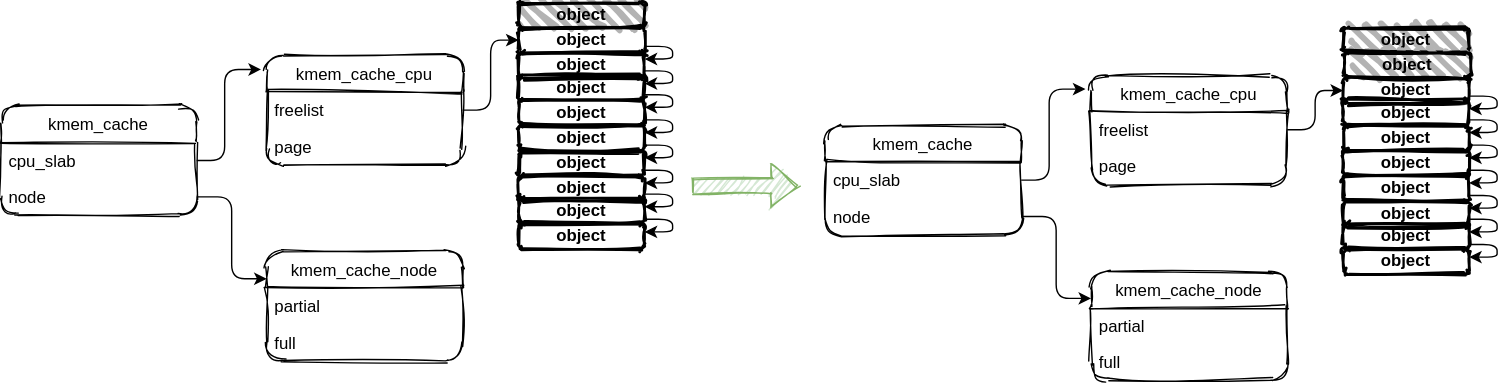
vernon2gh/note keeps this draw.io diagram as linux-2.x/slub/pic/alloc_cpu.svg. Above is the earlier version. Source tidied: cells renumbered, new cells last; positions are measured from the earlier drawing's top-left corner, leaving out a move shared by most shapes.
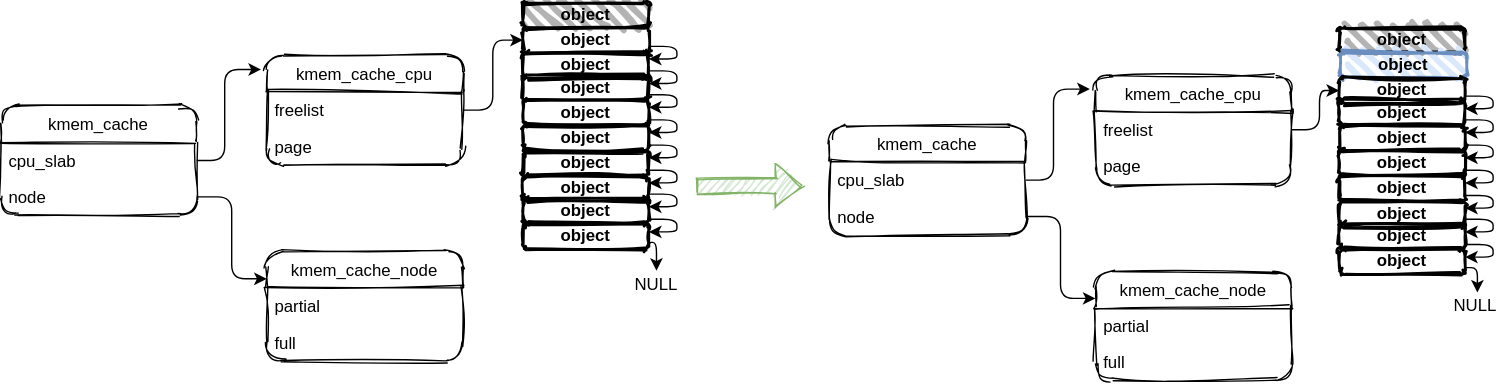
Above is the later version.

Commit message:
Fixed: slub alloc object

Diff of the diagram source:
```diff
@@ -5,3 +5,3 @@
     <mxCell id="2" value="kmem_cache" style="swimlane;fontStyle=0;horizontal=1;startSize=26;rounded=1;shadow=0;sketch=1;glass=0;" parent="1" vertex="1">
-      <mxGeometry x="589" y="88" width="140" height="78" as="geometry" />
+      <mxGeometry x="592" y="88" width="140" height="78" as="geometry" />
     </mxCell>
@@ -14,3 +14,3 @@
     <mxCell id="5" value="kmem_cache_cpu" style="swimlane;fontStyle=0;horizontal=1;startSize=26;rounded=1;shadow=0;sketch=1;glass=0;" parent="1" vertex="1">
-      <mxGeometry x="779" y="52" width="140" height="78" as="geometry" />
+      <mxGeometry x="782" y="52" width="140" height="78" as="geometry" />
     </mxCell>
@@ -23,3 +23,3 @@
     <mxCell id="8" value="kmem_cache_node" style="swimlane;fontStyle=0;horizontal=1;startSize=26;rounded=1;shadow=0;sketch=1;glass=0;" parent="1" vertex="1">
-      <mxGeometry x="779" y="192" width="140" height="78" as="geometry" />
+      <mxGeometry x="782" y="192" width="140" height="78" as="geometry" />
     </mxCell>
@@ -32,30 +32,33 @@
     <mxCell id="11" value="&lt;b&gt;object&lt;/b&gt;" style="rounded=1;whiteSpace=wrap;html=1;strokeWidth=2;fillWeight=4;hachureGap=8;hachureAngle=45;sketch=1;glass=0;shadow=0;fillColor=#B3B3B3;" parent="1" vertex="1">
-      <mxGeometry x="959" y="18" width="90" height="18" as="geometry" />
+      <mxGeometry x="956" y="18" width="90" height="18" as="geometry" />
     </mxCell>
-    <mxCell id="12" value="&lt;b&gt;object&lt;/b&gt;" style="rounded=1;whiteSpace=wrap;html=1;strokeWidth=2;fillWeight=4;hachureGap=8;hachureAngle=45;sketch=1;glass=0;shadow=0;fillStyle=auto;fillColor=#B3B3B3;" parent="1" vertex="1">
-      <mxGeometry x="960" y="36" width="90" height="18" as="geometry" />
+    <mxCell id="12" value="&lt;b&gt;object&lt;/b&gt;" style="rounded=1;whiteSpace=wrap;html=1;strokeWidth=2;fillWeight=4;hachureGap=8;hachureAngle=45;sketch=1;glass=0;shadow=0;fillStyle=auto;fillColor=#dae8fc;strokeColor=#6c8ebf;" parent="1" vertex="1">
+      <mxGeometry x="957" y="36" width="90" height="18" as="geometry" />
     </mxCell>
     <mxCell id="13" value="&lt;span&gt;&lt;b&gt;object&lt;/b&gt;&lt;/span&gt;" style="rounded=1;whiteSpace=wrap;html=1;strokeWidth=2;fillWeight=4;hachureGap=8;hachureAngle=45;sketch=1;glass=0;shadow=0;fillColor=none;" parent="1" vertex="1">
-      <mxGeometry x="959" y="54" width="90" height="18" as="geometry" />
+      <mxGeometry x="956" y="54" width="90" height="18" as="geometry" />
     </mxCell>
     <mxCell id="14" value="&lt;span&gt;&lt;b&gt;object&lt;/b&gt;&lt;/span&gt;" style="rounded=1;whiteSpace=wrap;html=1;strokeWidth=2;fillWeight=4;hachureGap=8;hachureAngle=45;sketch=1;glass=0;shadow=0;fillColor=none;" parent="1" vertex="1">
-      <mxGeometry x="959" y="70" width="90" height="18" as="geometry" />
+      <mxGeometry x="956" y="70" width="90" height="18" as="geometry" />
     </mxCell>
     <mxCell id="15" value="&lt;span&gt;&lt;b&gt;object&lt;/b&gt;&lt;/span&gt;" style="rounded=1;whiteSpace=wrap;html=1;strokeWidth=2;fillWeight=4;hachureGap=8;hachureAngle=45;sketch=1;glass=0;shadow=0;fillColor=none;" parent="1" vertex="1">
-      <mxGeometry x="959" y="88" width="90" height="18" as="geometry" />
+      <mxGeometry x="956" y="88" width="90" height="18" as="geometry" />
     </mxCell>
     <mxCell id="16" value="&lt;span&gt;&lt;b&gt;object&lt;/b&gt;&lt;/span&gt;" style="rounded=1;whiteSpace=wrap;html=1;strokeWidth=2;fillWeight=4;hachureGap=8;hachureAngle=45;sketch=1;glass=0;shadow=0;fillColor=none;" parent="1" vertex="1">
-      <mxGeometry x="959" y="106" width="90" height="18" as="geometry" />
+      <mxGeometry x="956" y="106" width="90" height="18" as="geometry" />
     </mxCell>
     <mxCell id="17" value="&lt;span&gt;&lt;b&gt;object&lt;/b&gt;&lt;/span&gt;" style="rounded=1;whiteSpace=wrap;html=1;strokeWidth=2;fillWeight=4;hachureGap=8;hachureAngle=45;sketch=1;glass=0;shadow=0;fillColor=none;" parent="1" vertex="1">
-      <mxGeometry x="959" y="124" width="90" height="18" as="geometry" />
+      <mxGeometry x="956" y="124" width="90" height="18" as="geometry" />
     </mxCell>
     <mxCell id="18" value="&lt;span&gt;&lt;b&gt;object&lt;/b&gt;&lt;/span&gt;" style="rounded=1;whiteSpace=wrap;html=1;strokeWidth=2;fillWeight=4;hachureGap=8;hachureAngle=45;sketch=1;glass=0;shadow=0;fillColor=none;" parent="1" vertex="1">
-      <mxGeometry x="959" y="142" width="90" height="18" as="geometry" />
+      <mxGeometry x="956" y="142" width="90" height="18" as="geometry" />
     </mxCell>
     <mxCell id="19" value="&lt;span&gt;&lt;b&gt;object&lt;/b&gt;&lt;/span&gt;" style="rounded=1;whiteSpace=wrap;html=1;strokeWidth=2;fillWeight=4;hachureGap=8;hachureAngle=45;sketch=1;glass=0;shadow=0;fillColor=none;" parent="1" vertex="1">
-      <mxGeometry x="959" y="158" width="90" height="18" as="geometry" />
+      <mxGeometry x="956" y="158" width="90" height="18" as="geometry" />
     </mxCell>
+    <mxCell id="62" style="edgeStyle=orthogonalEdgeStyle;rounded=1;jettySize=auto;html=1;exitX=1;exitY=0.75;exitDx=0;exitDy=0;entryX=0.542;entryY=-0.007;entryDx=0;entryDy=0;entryPerimeter=0;" parent="1" edge="1" source="20" target="65">
+      <mxGeometry relative="1" as="geometry" />
+    </mxCell>
     <mxCell id="20" value="&lt;span&gt;&lt;b&gt;object&lt;/b&gt;&lt;/span&gt;" style="rounded=1;whiteSpace=wrap;html=1;strokeWidth=2;fillWeight=4;hachureGap=8;hachureAngle=45;sketch=1;glass=0;shadow=0;fillColor=none;" parent="1" vertex="1">
-      <mxGeometry x="959" y="176" width="90" height="18" as="geometry" />
+      <mxGeometry x="956" y="176" width="90" height="18" as="geometry" />
     </mxCell>
@@ -64,4 +67,4 @@
         <Array as="points">
-          <mxPoint x="749" y="127" />
-          <mxPoint x="749" y="62" />
+          <mxPoint x="752" y="127" />
+          <mxPoint x="752" y="62" />
         </Array>
@@ -77,8 +80,8 @@
       <mxGeometry relative="1" as="geometry">
-        <mxPoint x="1049" y="67" as="sourcePoint" />
-        <mxPoint x="1049" y="76" as="targetPoint" />
+        <mxPoint x="1046" y="67" as="sourcePoint" />
+        <mxPoint x="1046" y="76" as="targetPoint" />
         <Array as="points">
-          <mxPoint x="1069" y="67.5" />
-          <mxPoint x="1069" y="76.5" />
-          <mxPoint x="1049" y="76.5" />
+          <mxPoint x="1066" y="67.5" />
+          <mxPoint x="1066" y="76.5" />
+          <mxPoint x="1046" y="76.5" />
         </Array>
@@ -88,8 +91,8 @@
       <mxGeometry relative="1" as="geometry">
-        <mxPoint x="1049" y="84" as="sourcePoint" />
-        <mxPoint x="1049" y="93" as="targetPoint" />
+        <mxPoint x="1046" y="84" as="sourcePoint" />
+        <mxPoint x="1046" y="93" as="targetPoint" />
         <Array as="points">
-          <mxPoint x="1069" y="84.5" />
-          <mxPoint x="1069" y="93.5" />
-          <mxPoint x="1049" y="93.5" />
+          <mxPoint x="1066" y="84.5" />
+          <mxPoint x="1066" y="93.5" />
+          <mxPoint x="1046" y="93.5" />
         </Array>
@@ -99,8 +102,8 @@
       <mxGeometry relative="1" as="geometry">
-        <mxPoint x="1049" y="102" as="sourcePoint" />
-        <mxPoint x="1049" y="111" as="targetPoint" />
+        <mxPoint x="1046" y="102" as="sourcePoint" />
+        <mxPoint x="1046" y="111" as="targetPoint" />
         <Array as="points">
-          <mxPoint x="1069" y="102.5" />
-          <mxPoint x="1069" y="111.5" />
-          <mxPoint x="1049" y="111.5" />
+          <mxPoint x="1066" y="102.5" />
+          <mxPoint x="1066" y="111.5" />
+          <mxPoint x="1046" y="111.5" />
         </Array>
@@ -110,8 +113,8 @@
       <mxGeometry relative="1" as="geometry">
-        <mxPoint x="1049" y="120" as="sourcePoint" />
-        <mxPoint x="1049" y="129" as="targetPoint" />
+        <mxPoint x="1046" y="120" as="sourcePoint" />
+        <mxPoint x="1046" y="129" as="targetPoint" />
         <Array as="points">
-          <mxPoint x="1069" y="120.5" />
-          <mxPoint x="1069" y="129.5" />
-          <mxPoint x="1049" y="129.5" />
+          <mxPoint x="1066" y="120.5" />
+          <mxPoint x="1066" y="129.5" />
+          <mxPoint x="1046" y="129.5" />
         </Array>
@@ -121,8 +124,8 @@
       <mxGeometry relative="1" as="geometry">
-        <mxPoint x="1049" y="138" as="sourcePoint" />
-        <mxPoint x="1049" y="147" as="targetPoint" />
+        <mxPoint x="1046" y="138" as="sourcePoint" />
+        <mxPoint x="1046" y="147" as="targetPoint" />
         <Array as="points">
-          <mxPoint x="1069" y="138.5" />
-          <mxPoint x="1069" y="147.5" />
-          <mxPoint x="1049" y="147.5" />
+          <mxPoint x="1066" y="138.5" />
+          <mxPoint x="1066" y="147.5" />
+          <mxPoint x="1046" y="147.5" />
         </Array>
@@ -132,8 +135,8 @@
       <mxGeometry relative="1" as="geometry">
-        <mxPoint x="1049" y="155" as="sourcePoint" />
-        <mxPoint x="1049" y="164" as="targetPoint" />
+        <mxPoint x="1046" y="155" as="sourcePoint" />
+        <mxPoint x="1046" y="164" as="targetPoint" />
         <Array as="points">
-          <mxPoint x="1069" y="155.5" />
-          <mxPoint x="1069" y="164.5" />
-          <mxPoint x="1049" y="164.5" />
+          <mxPoint x="1066" y="155.5" />
+          <mxPoint x="1066" y="164.5" />
+          <mxPoint x="1046" y="164.5" />
         </Array>
@@ -143,8 +146,8 @@
       <mxGeometry relative="1" as="geometry">
-        <mxPoint x="1049" y="173" as="sourcePoint" />
-        <mxPoint x="1049" y="182" as="targetPoint" />
+        <mxPoint x="1046" y="173" as="sourcePoint" />
+        <mxPoint x="1046" y="182" as="targetPoint" />
         <Array as="points">
-          <mxPoint x="1069" y="173.5" />
-          <mxPoint x="1069" y="182.5" />
-          <mxPoint x="1049" y="182.5" />
+          <mxPoint x="1066" y="173.5" />
+          <mxPoint x="1066" y="182.5" />
+          <mxPoint x="1046" y="182.5" />
         </Array>
@@ -180,3 +183,3 @@
     <mxCell id="40" value="&lt;b&gt;object&lt;/b&gt;" style="rounded=1;whiteSpace=wrap;html=1;strokeWidth=2;fillWeight=4;hachureGap=8;hachureAngle=45;sketch=1;glass=0;shadow=0;fillColor=#B3B3B3;" parent="1" vertex="1">
-      <mxGeometry x="370" width="90" height="18" as="geometry" />
+      <mxGeometry x="373" width="90" height="18" as="geometry" />
     </mxCell>
@@ -185,5 +188,5 @@
         <Array as="points">
-          <mxPoint x="480" y="32" />
-          <mxPoint x="480" y="41" />
-          <mxPoint x="460" y="41" />
+          <mxPoint x="483" y="32" />
+          <mxPoint x="483" y="41" />
+          <mxPoint x="463" y="41" />
         </Array>
@@ -192,27 +195,30 @@
     <mxCell id="42" value="&lt;b&gt;object&lt;/b&gt;" style="rounded=1;whiteSpace=wrap;html=1;strokeWidth=2;fillWeight=4;hachureGap=8;hachureAngle=45;sketch=1;glass=0;shadow=0;fillColor=none;" parent="1" vertex="1">
-      <mxGeometry x="370" y="18" width="90" height="18" as="geometry" />
+      <mxGeometry x="373" y="18" width="90" height="18" as="geometry" />
     </mxCell>
     <mxCell id="43" value="&lt;span&gt;&lt;b&gt;object&lt;/b&gt;&lt;/span&gt;" style="rounded=1;whiteSpace=wrap;html=1;strokeWidth=2;fillWeight=4;hachureGap=8;hachureAngle=45;sketch=1;glass=0;shadow=0;fillColor=none;" parent="1" vertex="1">
-      <mxGeometry x="370" y="36" width="90" height="18" as="geometry" />
+      <mxGeometry x="373" y="36" width="90" height="18" as="geometry" />
     </mxCell>
     <mxCell id="44" value="&lt;span&gt;&lt;b&gt;object&lt;/b&gt;&lt;/span&gt;" style="rounded=1;whiteSpace=wrap;html=1;strokeWidth=2;fillWeight=4;hachureGap=8;hachureAngle=45;sketch=1;glass=0;shadow=0;fillColor=none;" parent="1" vertex="1">
-      <mxGeometry x="370" y="52" width="90" height="18" as="geometry" />
+      <mxGeometry x="373" y="52" width="90" height="18" as="geometry" />
     </mxCell>
     <mxCell id="45" value="&lt;span&gt;&lt;b&gt;object&lt;/b&gt;&lt;/span&gt;" style="rounded=1;whiteSpace=wrap;html=1;strokeWidth=2;fillWeight=4;hachureGap=8;hachureAngle=45;sketch=1;glass=0;shadow=0;fillColor=none;" parent="1" vertex="1">
-      <mxGeometry x="370" y="70" width="90" height="18" as="geometry" />
+      <mxGeometry x="373" y="70" width="90" height="18" as="geometry" />
     </mxCell>
     <mxCell id="46" value="&lt;span&gt;&lt;b&gt;object&lt;/b&gt;&lt;/span&gt;" style="rounded=1;whiteSpace=wrap;html=1;strokeWidth=2;fillWeight=4;hachureGap=8;hachureAngle=45;sketch=1;glass=0;shadow=0;fillColor=none;" parent="1" vertex="1">
-      <mxGeometry x="370" y="88" width="90" height="18" as="geometry" />
+      <mxGeometry x="373" y="88" width="90" height="18" as="geometry" />
     </mxCell>
     <mxCell id="47" value="&lt;span&gt;&lt;b&gt;object&lt;/b&gt;&lt;/span&gt;" style="rounded=1;whiteSpace=wrap;html=1;strokeWidth=2;fillWeight=4;hachureGap=8;hachureAngle=45;sketch=1;glass=0;shadow=0;fillColor=none;" parent="1" vertex="1">
-      <mxGeometry x="370" y="106" width="90" height="18" as="geometry" />
+      <mxGeometry x="373" y="106" width="90" height="18" as="geometry" />
     </mxCell>
     <mxCell id="48" value="&lt;span&gt;&lt;b&gt;object&lt;/b&gt;&lt;/span&gt;" style="rounded=1;whiteSpace=wrap;html=1;strokeWidth=2;fillWeight=4;hachureGap=8;hachureAngle=45;sketch=1;glass=0;shadow=0;fillColor=none;" parent="1" vertex="1">
-      <mxGeometry x="370" y="124" width="90" height="18" as="geometry" />
+      <mxGeometry x="373" y="124" width="90" height="18" as="geometry" />
     </mxCell>
     <mxCell id="49" value="&lt;span&gt;&lt;b&gt;object&lt;/b&gt;&lt;/span&gt;" style="rounded=1;whiteSpace=wrap;html=1;strokeWidth=2;fillWeight=4;hachureGap=8;hachureAngle=45;sketch=1;glass=0;shadow=0;fillColor=none;" parent="1" vertex="1">
-      <mxGeometry x="370" y="140" width="90" height="18" as="geometry" />
+      <mxGeometry x="373" y="140" width="90" height="18" as="geometry" />
     </mxCell>
+    <mxCell id="63" style="edgeStyle=orthogonalEdgeStyle;rounded=1;jettySize=auto;html=1;exitX=1;exitY=0.75;exitDx=0;exitDy=0;entryX=0.51;entryY=-0.011;entryDx=0;entryDy=0;entryPerimeter=0;" parent="1" edge="1" source="50" target="64">
+      <mxGeometry relative="1" as="geometry" />
+    </mxCell>
     <mxCell id="50" value="&lt;span&gt;&lt;b&gt;object&lt;/b&gt;&lt;/span&gt;" style="rounded=1;whiteSpace=wrap;html=1;strokeWidth=2;fillWeight=4;hachureGap=8;hachureAngle=45;sketch=1;glass=0;shadow=0;fillColor=none;" parent="1" vertex="1">
-      <mxGeometry x="370" y="158" width="90" height="18" as="geometry" />
+      <mxGeometry x="373" y="158" width="90" height="18" as="geometry" />
     </mxCell>
@@ -234,8 +240,8 @@
       <mxGeometry relative="1" as="geometry">
-        <mxPoint x="460" y="49" as="sourcePoint" />
-        <mxPoint x="460" y="58" as="targetPoint" />
+        <mxPoint x="463" y="49" as="sourcePoint" />
+        <mxPoint x="463" y="58" as="targetPoint" />
         <Array as="points">
-          <mxPoint x="480" y="49.5" />
-          <mxPoint x="480" y="58.5" />
-          <mxPoint x="460" y="58.5" />
+          <mxPoint x="483" y="49.5" />
+          <mxPoint x="483" y="58.5" />
+          <mxPoint x="463" y="58.5" />
         </Array>
@@ -245,8 +251,8 @@
       <mxGeometry relative="1" as="geometry">
-        <mxPoint x="460" y="66" as="sourcePoint" />
-        <mxPoint x="460" y="75" as="targetPoint" />
+        <mxPoint x="463" y="66" as="sourcePoint" />
+        <mxPoint x="463" y="75" as="targetPoint" />
         <Array as="points">
-          <mxPoint x="480" y="66.5" />
-          <mxPoint x="480" y="75.5" />
-          <mxPoint x="460" y="75.5" />
+          <mxPoint x="483" y="66.5" />
+          <mxPoint x="483" y="75.5" />
+          <mxPoint x="463" y="75.5" />
         </Array>
@@ -256,8 +262,8 @@
       <mxGeometry relative="1" as="geometry">
-        <mxPoint x="460" y="84" as="sourcePoint" />
-        <mxPoint x="460" y="93" as="targetPoint" />
+        <mxPoint x="463" y="84" as="sourcePoint" />
+        <mxPoint x="463" y="93" as="targetPoint" />
         <Array as="points">
-          <mxPoint x="480" y="84.5" />
-          <mxPoint x="480" y="93.5" />
-          <mxPoint x="460" y="93.5" />
+          <mxPoint x="483" y="84.5" />
+          <mxPoint x="483" y="93.5" />
+          <mxPoint x="463" y="93.5" />
         </Array>
@@ -267,8 +273,8 @@
       <mxGeometry relative="1" as="geometry">
-        <mxPoint x="460" y="102" as="sourcePoint" />
-        <mxPoint x="460" y="111" as="targetPoint" />
+        <mxPoint x="463" y="102" as="sourcePoint" />
+        <mxPoint x="463" y="111" as="targetPoint" />
         <Array as="points">
-          <mxPoint x="480" y="102.5" />
-          <mxPoint x="480" y="111.5" />
-          <mxPoint x="460" y="111.5" />
+          <mxPoint x="483" y="102.5" />
+          <mxPoint x="483" y="111.5" />
+          <mxPoint x="463" y="111.5" />
         </Array>
@@ -278,8 +284,8 @@
       <mxGeometry relative="1" as="geometry">
-        <mxPoint x="460" y="120" as="sourcePoint" />
-        <mxPoint x="460" y="129" as="targetPoint" />
+        <mxPoint x="463" y="120" as="sourcePoint" />
+        <mxPoint x="463" y="129" as="targetPoint" />
         <Array as="points">
-          <mxPoint x="480" y="120.5" />
-          <mxPoint x="480" y="129.5" />
-          <mxPoint x="460" y="129.5" />
+          <mxPoint x="483" y="120.5" />
+          <mxPoint x="483" y="129.5" />
+          <mxPoint x="463" y="129.5" />
         </Array>
@@ -289,8 +295,8 @@
       <mxGeometry relative="1" as="geometry">
-        <mxPoint x="460" y="137" as="sourcePoint" />
-        <mxPoint x="460" y="146" as="targetPoint" />
+        <mxPoint x="463" y="137" as="sourcePoint" />
+        <mxPoint x="463" y="146" as="targetPoint" />
         <Array as="points">
-          <mxPoint x="480" y="137.5" />
-          <mxPoint x="480" y="146.5" />
-          <mxPoint x="460" y="146.5" />
+          <mxPoint x="483" y="137.5" />
+          <mxPoint x="483" y="146.5" />
+          <mxPoint x="463" y="146.5" />
         </Array>
@@ -300,8 +306,8 @@
       <mxGeometry relative="1" as="geometry">
-        <mxPoint x="460" y="155" as="sourcePoint" />
-        <mxPoint x="460" y="164" as="targetPoint" />
+        <mxPoint x="463" y="155" as="sourcePoint" />
+        <mxPoint x="463" y="164" as="targetPoint" />
         <Array as="points">
-          <mxPoint x="480" y="155.5" />
-          <mxPoint x="480" y="164.5" />
-          <mxPoint x="460" y="164.5" />
+          <mxPoint x="483" y="155.5" />
+          <mxPoint x="483" y="164.5" />
+          <mxPoint x="463" y="164.5" />
         </Array>
@@ -311,6 +317,12 @@
       <mxGeometry relative="1" as="geometry">
-        <mxPoint x="494" y="131" as="sourcePoint" />
-        <mxPoint x="570" y="131" as="targetPoint" />
+        <mxPoint x="497" y="131" as="sourcePoint" />
+        <mxPoint x="573" y="131" as="targetPoint" />
       </mxGeometry>
     </mxCell>
+    <mxCell id="64" value="NULL" style="text;html=1;align=center;verticalAlign=middle;points=[];" parent="1" vertex="1">
+      <mxGeometry x="447" y="192" width="42" height="19" as="geometry" />
+    </mxCell>
+    <mxCell id="65" value="NULL" style="text;html=1;align=center;verticalAlign=middle;points=[];" parent="1" vertex="1">
+      <mxGeometry x="1032" y="207.5" width="42" height="19" as="geometry" />
+    </mxCell>
   </root>
```
